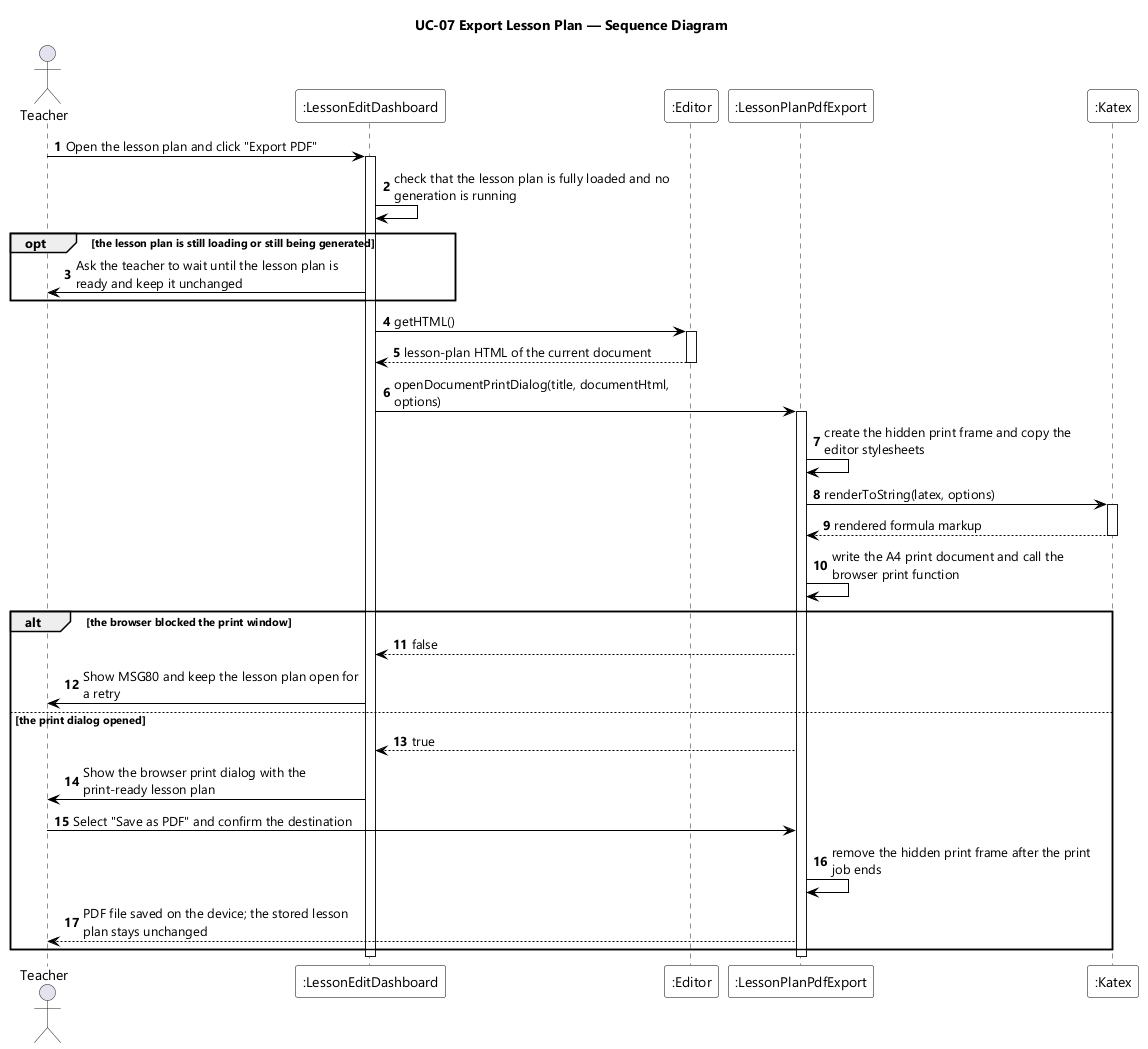
The PlantUML diagram designs/sds-diagrams/uc07/uc07-sequence-diagram.png in EduA-system/EduA-system, before a commit.
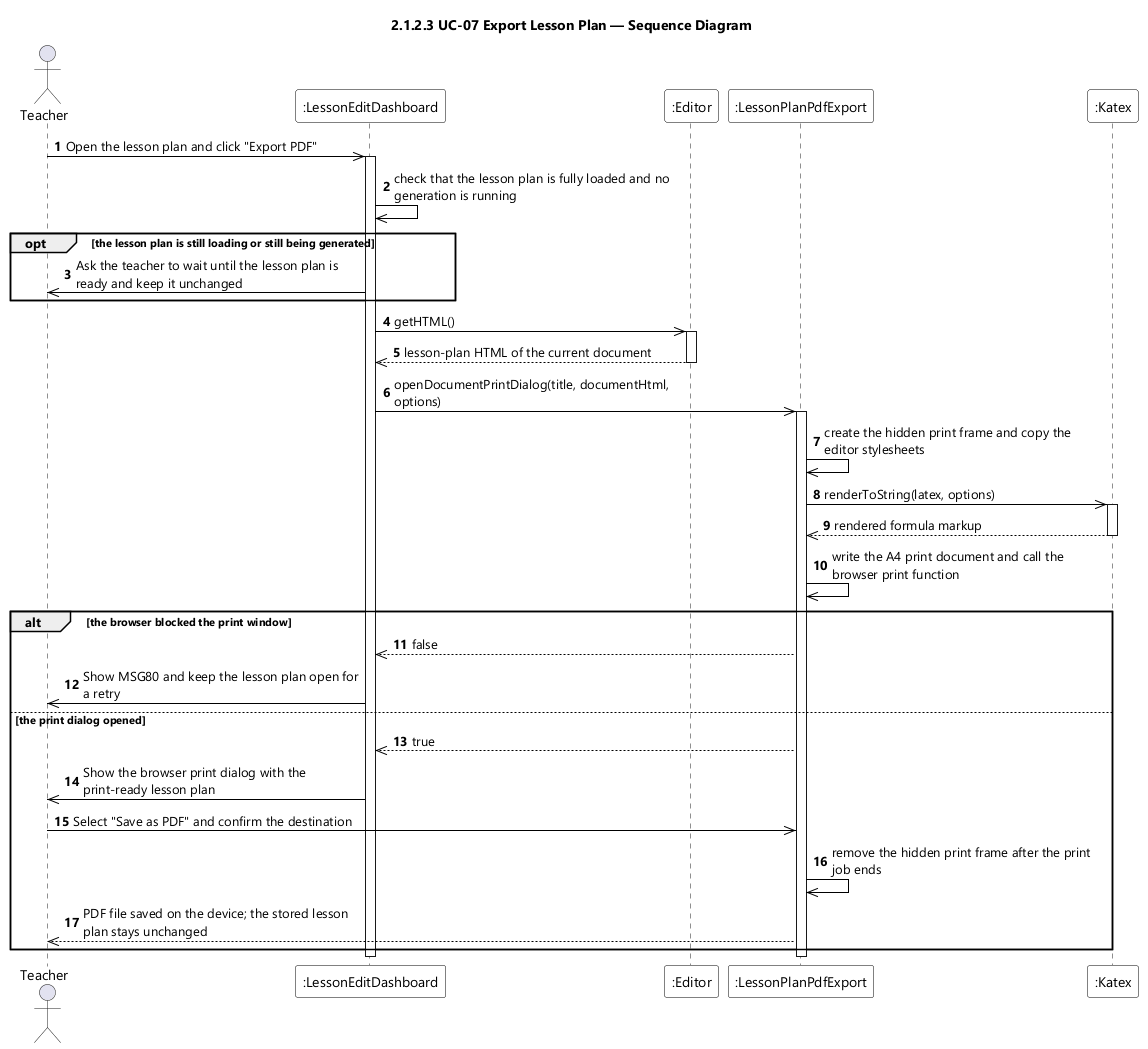
Later version of the same file.

The edit, as a diff of the source:
```diff
@@ -7,7 +7,7 @@
 skinparam ArrowColor #000000
 skinparam sequenceMessageAlign left
 skinparam maxMessageSize 280
-title UC-07 Export Lesson Plan — Sequence Diagram
+title 2.1.2.3 UC-07 Export Lesson Plan — Sequence Diagram
 
 actor Teacher
 participant ":LessonEditDashboard" as EDIT
@@ -16,36 +16,36 @@
 participant ":Katex" as KATEX
 
 autonumber
-Teacher -> EDIT : Open the lesson plan and click "Export PDF"
+Teacher ->> EDIT : Open the lesson plan and click "Export PDF"
 activate EDIT
-EDIT -> EDIT : check that the lesson plan is fully loaded and no generation is running
+EDIT ->> EDIT : check that the lesson plan is fully loaded and no generation is running
 
 opt the lesson plan is still loading or still being generated
-  EDIT -> Teacher : Ask the teacher to wait until the lesson plan is ready and keep it unchanged
+  EDIT ->> Teacher : Ask the teacher to wait until the lesson plan is ready and keep it unchanged
 end
 
-EDIT -> DOC : getHTML()
+EDIT ->> DOC : getHTML()
 activate DOC
-DOC --> EDIT : lesson-plan HTML of the current document
+DOC -->> EDIT : lesson-plan HTML of the current document
 deactivate DOC
-EDIT -> PDF : openDocumentPrintDialog(title, documentHtml, options)
+EDIT ->> PDF : openDocumentPrintDialog(title, documentHtml, options)
 activate PDF
-PDF -> PDF : create the hidden print frame and copy the editor stylesheets
-PDF -> KATEX : renderToString(latex, options)
+PDF ->> PDF : create the hidden print frame and copy the editor stylesheets
+PDF ->> KATEX : renderToString(latex, options)
 activate KATEX
-KATEX --> PDF : rendered formula markup
+KATEX -->> PDF : rendered formula markup
 deactivate KATEX
-PDF -> PDF : write the A4 print document and call the browser print function
+PDF ->> PDF : write the A4 print document and call the browser print function
 
 alt the browser blocked the print window
-  PDF --> EDIT : false
-  EDIT -> Teacher : Show MSG80 and keep the lesson plan open for a retry
+  PDF -->> EDIT : false
+  EDIT ->> Teacher : Show MSG80 and keep the lesson plan open for a retry
 else the print dialog opened
-  PDF --> EDIT : true
-  EDIT -> Teacher : Show the browser print dialog with the print-ready lesson plan
-  Teacher -> PDF : Select "Save as PDF" and confirm the destination
-  PDF -> PDF : remove the hidden print frame after the print job ends
-  PDF --> Teacher : PDF file saved on the device; the stored lesson plan stays unchanged
+  PDF -->> EDIT : true
+  EDIT ->> Teacher : Show the browser print dialog with the print-ready lesson plan
+  Teacher ->> PDF : Select "Save as PDF" and confirm the destination
+  PDF ->> PDF : remove the hidden print frame after the print job ends
+  PDF -->> Teacher : PDF file saved on the device; the stored lesson plan stays unchanged
 end
 deactivate PDF
 deactivate EDIT
```
